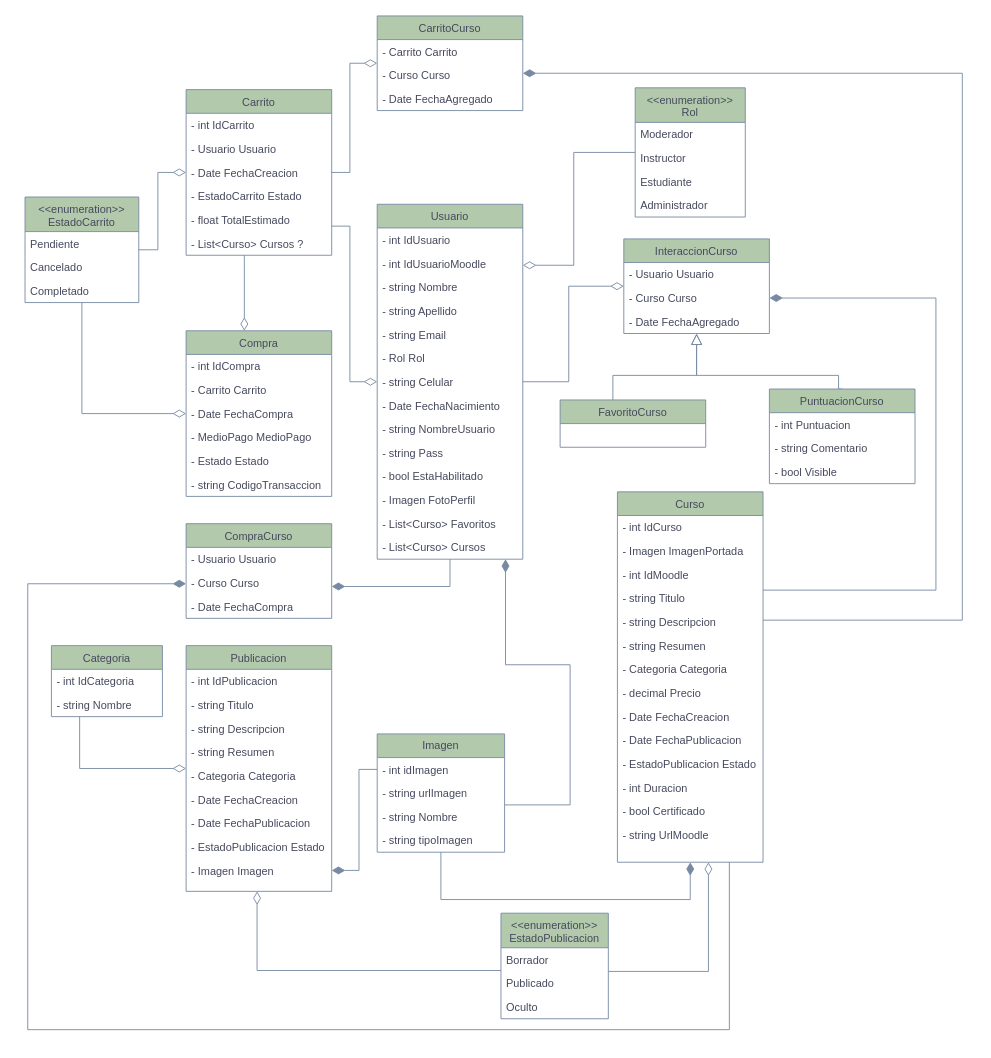
The draw.io diagram UML/UML.drawio in GDieser/tpc-equipo-12A, before the edit. Source tidied: cells renumbered, new cells numbered last; positions are measured from the earlier drawing's top-left corner, leaving out a move shared by most shapes. Both pictures are drawn from the tidied source at 91%, with x=0, y=0 at pixel (25, 15).
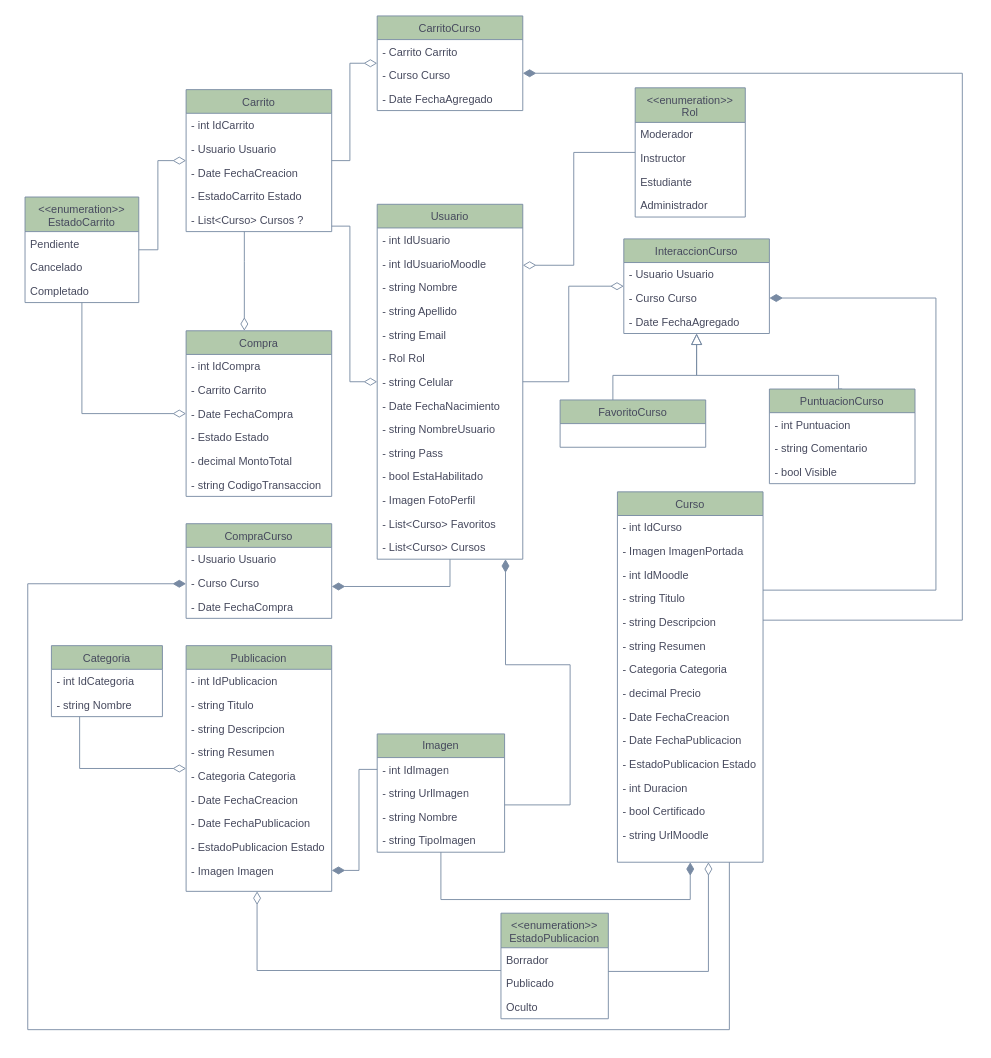
The same diagram, later.

Unchanged cells that the change refers to:
```xml
<mxCell id="39" value="Compra" style="swimlane;fontStyle=0;align=center;verticalAlign=top;horizontal=1;startSize=26;rounded=0;shadow=0;strokeWidth=1;labelBackgroundColor=none;fillColor=#B2C9AB;strokeColor=#788AA3;fontColor=#46495D;" parent="1" vertex="1">
  <mxGeometry x="177" y="346" width="160" height="182" as="geometry" />
</mxCell>
<mxCell id="57" value="Imagen" style="swimlane;fontStyle=0;horizontal=1;startSize=26;fillColor=#B2C9AB;whiteSpace=wrap;html=1;labelBackgroundColor=none;strokeColor=#788AA3;fontColor=#46495D;" parent="1" vertex="1">
  <mxGeometry x="387" y="789" width="140" height="130" as="geometry" />
</mxCell>
```

The edit, as a diff of the source:
```diff
@@
     <mxCell id="32" value="Carrito" style="swimlane;fontStyle=0;align=center;verticalAlign=top;horizontal=1;startSize=26;rounded=0;shadow=0;strokeWidth=1;labelBackgroundColor=none;fillColor=#B2C9AB;strokeColor=#788AA3;fontColor=#46495D;" parent="1" vertex="1">
-      <mxGeometry x="177" y="81" width="160" height="182" as="geometry" />
+      <mxGeometry x="177" y="81" width="160" height="156" as="geometry" />
     </mxCell>
@@
-    <mxCell id="37" value="- float TotalEstimado" style="text;align=left;verticalAlign=top;spacingLeft=4;spacingRight=4;overflow=hidden;rounded=0;shadow=0;html=0;labelBackgroundColor=none;fontColor=#46495D;" parent="32" vertex="1">
-      <mxGeometry y="130" width="160" height="26" as="geometry" />
-    </mxCell>
     <mxCell id="38" value="- List&lt;Curso&gt; Cursos ?" style="text;align=left;verticalAlign=top;spacingLeft=4;spacingRight=4;overflow=hidden;rounded=0;shadow=0;html=0;labelBackgroundColor=none;fontColor=#46495D;" parent="32" vertex="1">
-      <mxGeometry y="156" width="160" height="26" as="geometry" />
+      <mxGeometry y="130" width="160" height="26" as="geometry" />
     </mxCell>
@@
-    <mxCell id="43" value="- MedioPago MedioPago" style="text;align=left;verticalAlign=top;spacingLeft=4;spacingRight=4;overflow=hidden;rounded=0;shadow=0;html=0;labelBackgroundColor=none;fontColor=#46495D;" parent="39" vertex="1">
-      <mxGeometry y="104" width="160" height="26" as="geometry" />
-    </mxCell>
     <mxCell id="44" value="- Estado Estado" style="text;align=left;verticalAlign=top;spacingLeft=4;spacingRight=4;overflow=hidden;rounded=0;shadow=0;html=0;labelBackgroundColor=none;fontColor=#46495D;" parent="39" vertex="1">
-      <mxGeometry y="130" width="160" height="26" as="geometry" />
+      <mxGeometry y="104" width="160" height="26" as="geometry" />
     </mxCell>
+    <mxCell id="114" value="- decimal MontoTotal" style="text;align=left;verticalAlign=top;spacingLeft=4;spacingRight=4;overflow=hidden;rounded=0;shadow=0;html=0;labelBackgroundColor=none;fontColor=#46495D;" parent="39" vertex="1">
+      <mxGeometry y="130" width="160" height="26" as="geometry" />
+    </mxCell>
@@
-    <mxCell id="58" value="- int idImagen" style="text;strokeColor=none;fillColor=none;align=left;verticalAlign=top;spacingLeft=4;spacingRight=4;overflow=hidden;points=[[0,0.5],[1,0.5]];portConstraint=eastwest;whiteSpace=wrap;html=1;labelBackgroundColor=none;fontColor=#46495D;" parent="57" vertex="1">
+    <mxCell id="58" value="- int IdImagen" style="text;strokeColor=none;fillColor=none;align=left;verticalAlign=top;spacingLeft=4;spacingRight=4;overflow=hidden;points=[[0,0.5],[1,0.5]];portConstraint=eastwest;whiteSpace=wrap;html=1;labelBackgroundColor=none;fontColor=#46495D;" parent="57" vertex="1">
       <mxGeometry y="26" width="140" height="26" as="geometry" />
     </mxCell>
-    <mxCell id="59" value="- string urlImagen" style="text;strokeColor=none;fillColor=none;align=left;verticalAlign=top;spacingLeft=4;spacingRight=4;overflow=hidden;whiteSpace=wrap;html=1;labelBackgroundColor=none;fontColor=#46495D;" parent="57" vertex="1">
+    <mxCell id="59" value="- string UrlImagen" style="text;strokeColor=none;fillColor=none;align=left;verticalAlign=top;spacingLeft=4;spacingRight=4;overflow=hidden;whiteSpace=wrap;html=1;labelBackgroundColor=none;fontColor=#46495D;" parent="57" vertex="1">
       <mxGeometry y="52" width="140" height="26" as="geometry" />
     </mxCell>
@@
-    <mxCell id="61" value="- string tipoImagen" style="text;strokeColor=none;fillColor=none;align=left;verticalAlign=top;spacingLeft=4;spacingRight=4;overflow=hidden;whiteSpace=wrap;html=1;labelBackgroundColor=none;fontColor=#46495D;" parent="57" vertex="1">
+    <mxCell id="61" value="- string TipoImagen" style="text;strokeColor=none;fillColor=none;align=left;verticalAlign=top;spacingLeft=4;spacingRight=4;overflow=hidden;whiteSpace=wrap;html=1;labelBackgroundColor=none;fontColor=#46495D;" parent="57" vertex="1">
       <mxGeometry y="104" width="140" height="26" as="geometry" />
     </mxCell>
```
